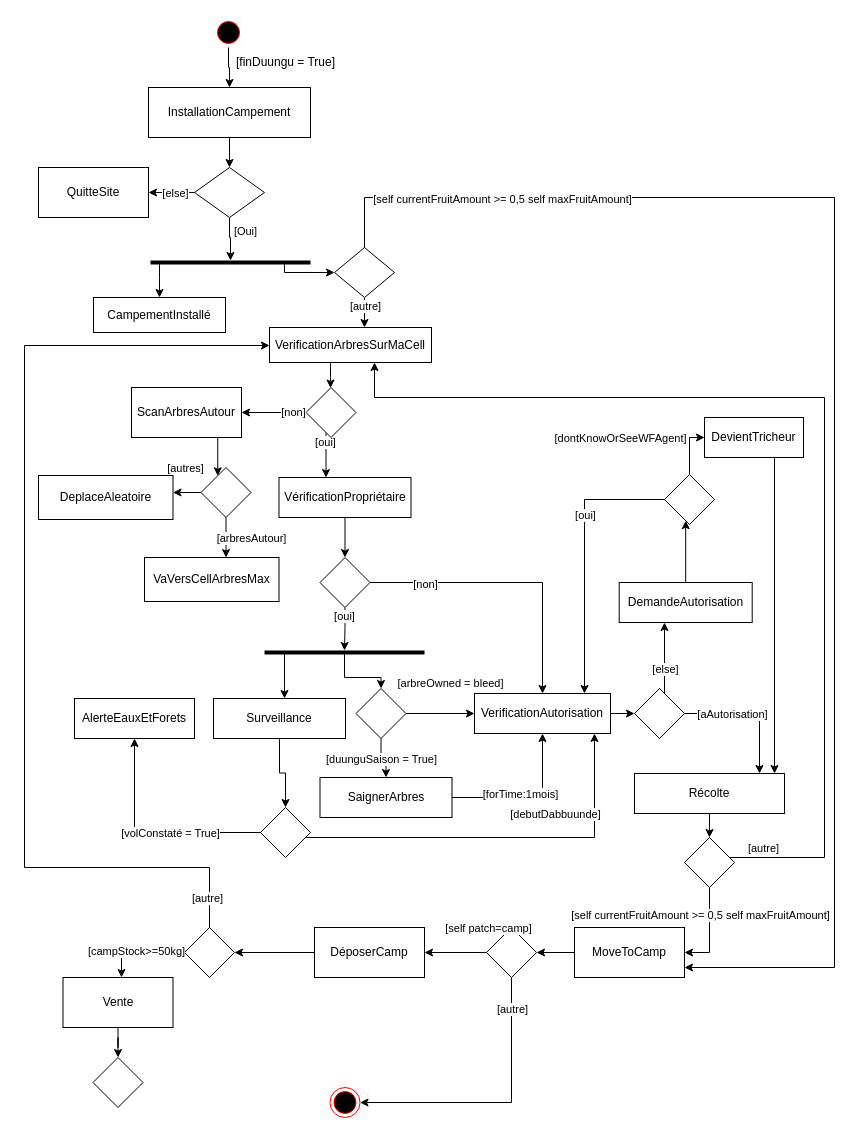
The draw.io diagram page "Page-6" (6 of 7) of DundiV0.drawio in panchovdl/DundiModel, before the edit. Source tidied: cells renumbered, new cells numbered last; positions are measured from the earlier drawing's top-left corner, leaving out a move shared by most shapes. Both pictures are drawn from the tidied source at 100%, with x=0, y=0 at pixel (24, 17).
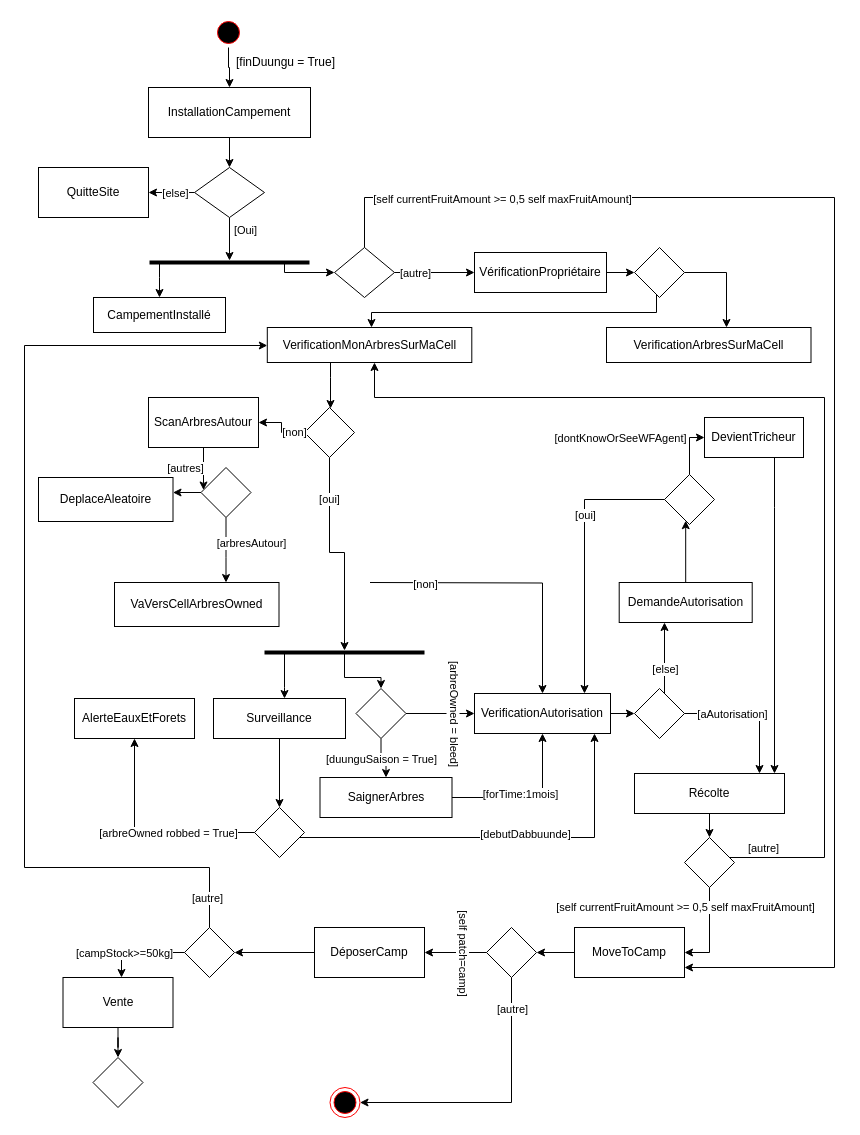
The same page after the edit.

Commit message (it also covers changes not shown here):
Mettre à jour DundiV0.drawio

The change refers to these unchanged cells:
```xml
<mxCell id="20" style="edgeStyle=orthogonalEdgeStyle;rounded=0;jettySize=auto;html=1;" parent="1" edge="1" source="17" target="10">
  <mxGeometry relative="1" as="geometry">
    <Array as="points">
      <mxPoint x="685" y="935" />
    </Array>
  </mxGeometry>
</mxCell>
<mxCell id="24" style="edgeStyle=orthogonalEdgeStyle;rounded=0;jettySize=auto;html=1;" parent="1" edge="1" source="22" target="23">
  <mxGeometry relative="1" as="geometry" />
</mxCell>
<mxCell id="29" value="VerificationAutorisation" style="html=1;whiteSpace=wrap;" parent="1" vertex="1">
  <mxGeometry x="450" y="676" width="136" height="40" as="geometry" />
</mxCell>
<mxCell id="53" style="line;strokeWidth=4;html=1;perimeter=backbonePerimeter;points=[];outlineConnect=0;" parent="1" vertex="1">
  <mxGeometry x="240" y="630" width="160" height="10" as="geometry" />
</mxCell>
<mxCell id="61" style="edgeStyle=orthogonalEdgeStyle;rounded=0;jettySize=auto;html=1;" parent="1" edge="1" source="58" target="60">
  <mxGeometry relative="1" as="geometry" />
</mxCell>
<mxCell id="67" style="edgeStyle=orthogonalEdgeStyle;rounded=0;jettySize=auto;html=1;" parent="1" edge="1" source="58" target="29">
  <mxGeometry relative="1" as="geometry">
    <Array as="points">
      <mxPoint x="570" y="820" />
    </Array>
  </mxGeometry>
</mxCell>
<mxCell id="87" style="rhombus;whiteSpace=wrap;html=1;" parent="1" vertex="1">
  <mxGeometry x="310" y="230" width="60" height="50" as="geometry" />
</mxCell>
<mxCell id="93" style="edgeStyle=orthogonalEdgeStyle;rounded=0;jettySize=auto;html=1;" parent="1" edge="1" source="92" target="95">
  <mxGeometry relative="1" as="geometry">
    <Array as="points">
      <mxPoint x="97" y="935" />
    </Array>
  </mxGeometry>
</mxCell>
<mxCell id="101" style="edgeStyle=orthogonalEdgeStyle;rounded=0;jettySize=auto;html=1;" parent="1" edge="1" source="100" target="29">
  <mxGeometry relative="1" as="geometry" />
</mxCell>
```

Change to the diagram source:
```diff
@@
     <mxCell id="21" value="[self currentFruitAmount &amp;gt;= 0,5 self maxFruitAmount]" style="edgeLabel;html=1;align=center;verticalAlign=middle;" parent="20" vertex="1">
       <mxGeometry x="-0.3" relative="1" as="geometry">
-        <mxPoint x="-10" y="-4" as="offset" />
+        <mxPoint x="-25" y="-12" as="offset" />
       </mxGeometry>
     </mxCell>
@@
-    <mxCell id="25" value="&lt;div&gt;[self patch=camp]&lt;br&gt;&lt;/div&gt;" style="edgeLabel;html=1;align=center;verticalAlign=middle;" parent="24" vertex="1">
-      <mxGeometry x="-0.3" relative="1" as="geometry">
-        <mxPoint x="23" y="-25" as="offset" />
-      </mxGeometry>
+    <mxCell id="25" value="&lt;div&gt;[self patch=camp]&lt;br&gt;&lt;/div&gt;" style="edgeLabel;html=1;align=center;verticalAlign=middle;rotation=90;" parent="24" vertex="1">
+      <mxGeometry x="-0.3" relative="1" as="geometry" />
     </mxCell>
@@
-    <mxCell id="39" style="edgeStyle=orthogonalEdgeStyle;rounded=0;jettySize=auto;html=1;" parent="1" edge="1" source="51" target="47">
-      <mxGeometry relative="1" as="geometry">
-        <Array as="points">
-          <mxPoint x="301.5" y="450" />
-          <mxPoint x="301.5" y="450" />
-        </Array>
-      </mxGeometry>
+    <mxCell id="39" style="edgeStyle=orthogonalEdgeStyle;rounded=0;jettySize=auto;html=1;" parent="1" edge="1" source="51" target="53">
+      <mxGeometry relative="1" as="geometry" />
     </mxCell>
@@
     <mxCell id="45" style="line;strokeWidth=4;html=1;perimeter=backbonePerimeter;points=[];outlineConnect=0;" parent="1" vertex="1">
-      <mxGeometry x="126" y="240" width="160" height="10" as="geometry" />
+      <mxGeometry x="125" y="240" width="160" height="10" as="geometry" />
     </mxCell>
@@
-    <mxCell id="47" value="VérificationPropriétaire" style="html=1;whiteSpace=wrap;" parent="1" vertex="1">
-      <mxGeometry x="254.5" y="460" width="132" height="40" as="geometry" />
-    </mxCell>
@@
-    <mxCell id="49" value="VerificationArbresSurMaCell" style="html=1;whiteSpace=wrap;" parent="1" vertex="1">
-      <mxGeometry x="245" y="310" width="162" height="35" as="geometry" />
+    <mxCell id="49" value="VerificationMonArbresSurMaCell" style="html=1;whiteSpace=wrap;" parent="1" vertex="1">
+      <mxGeometry x="242.8" y="310" width="204.5" height="35" as="geometry" />
     </mxCell>
@@
     <mxCell id="51" style="rhombus;whiteSpace=wrap;html=1;" parent="1" vertex="1">
-      <mxGeometry x="281.5" y="370" width="50" height="50" as="geometry" />
+      <mxGeometry x="280" y="390" width="50" height="50" as="geometry" />
     </mxCell>
@@
-    <mxCell id="54" style="rhombus;whiteSpace=wrap;html=1;" parent="1" vertex="1">
-      <mxGeometry x="295.5" y="540" width="50" height="50" as="geometry" />
-    </mxCell>
-    <mxCell id="55" style="edgeStyle=orthogonalEdgeStyle;rounded=0;jettySize=auto;html=1;" parent="1" edge="1" source="54" target="53">
-      <mxGeometry relative="1" as="geometry" />
-    </mxCell>
-    <mxCell id="56" value="[oui]" style="edgeLabel;html=1;align=center;verticalAlign=middle;" parent="55" vertex="1">
-      <mxGeometry x="-0.61" y="-1" relative="1" as="geometry" />
-    </mxCell>
@@
     <mxCell id="58" style="rhombus;whiteSpace=wrap;html=1;" parent="1" vertex="1">
-      <mxGeometry x="236" y="790" width="50" height="50" as="geometry" />
+      <mxGeometry x="230" y="790" width="50" height="50" as="geometry" />
     </mxCell>
@@
-    <mxCell id="62" value="[volConstaté = True]" style="edgeLabel;html=1;align=center;verticalAlign=middle;" parent="61" vertex="1">
+    <mxCell id="62" value="[arbreOwned robbed = True]" style="edgeLabel;html=1;align=center;verticalAlign=middle;" parent="61" vertex="1">
       <mxGeometry x="0.07" y="3" relative="1" as="geometry">
         <mxPoint x="27" y="-3" as="offset" />
       </mxGeometry>
     </mxCell>
@@
     <mxCell id="68" value="[debutDabbuunde]" style="edgeLabel;html=1;align=center;verticalAlign=middle;" parent="67" vertex="1">
       <mxGeometry x="0.58" y="-3" relative="1" as="geometry">
-        <mxPoint x="-43" y="-3" as="offset" />
+        <mxPoint x="-73" y="16" as="offset" />
       </mxGeometry>
     </mxCell>
     <mxCell id="69" value="ScanArbresAutour" style="html=1;whiteSpace=wrap;" parent="1" vertex="1">
-      <mxGeometry x="107" y="370" width="110" height="50" as="geometry" />
+      <mxGeometry x="124" y="380" width="110" height="50" as="geometry" />
     </mxCell>
@@
-    <mxCell id="76" value="VaVersCellArbresMax" style="html=1;whiteSpace=wrap;" parent="1" vertex="1">
-      <mxGeometry x="120" y="540" width="134.5" height="44" as="geometry" />
+    <mxCell id="76" value="VaVersCellArbresOwned" style="html=1;whiteSpace=wrap;" parent="1" vertex="1">
+      <mxGeometry x="90" y="565" width="164.5" height="44" as="geometry" />
     </mxCell>
@@
     <mxCell id="79" value="DeplaceAleatoire" style="html=1;whiteSpace=wrap;" parent="1" vertex="1">
-      <mxGeometry x="14" y="458" width="134.5" height="44" as="geometry" />
+      <mxGeometry x="14" y="460" width="134.5" height="44" as="geometry" />
     </mxCell>
-    <mxCell id="80" style="edgeStyle=orthogonalEdgeStyle;rounded=0;jettySize=auto;html=1;" parent="1" edge="1" source="47" target="54">
-      <mxGeometry relative="1" as="geometry" />
-    </mxCell>
@@
-    <mxCell id="85" style="edgeStyle=orthogonalEdgeStyle;rounded=0;jettySize=auto;html=1;" parent="1" edge="1" source="54" target="29">
-      <mxGeometry relative="1" as="geometry" />
+    <mxCell id="85" style="edgeStyle=orthogonalEdgeStyle;rounded=0;jettySize=auto;html=1;" parent="1" edge="1" target="29">
+      <mxGeometry relative="1" as="geometry">
+        <mxPoint x="345.5" y="565" as="sourcePoint" />
+      </mxGeometry>
     </mxCell>
@@
-    <mxCell id="90" style="edgeStyle=orthogonalEdgeStyle;rounded=0;jettySize=auto;html=1;" parent="1" edge="1" source="87" target="49">
+    <mxCell id="90" style="edgeStyle=orthogonalEdgeStyle;rounded=0;jettySize=auto;html=1;" parent="1" edge="1" source="87" target="47">
       <mxGeometry relative="1" as="geometry">
         <Array as="points">
-          <mxPoint x="340" y="290" />
-          <mxPoint x="340" y="290" />
+          <mxPoint x="340" y="270" />
         </Array>
       </mxGeometry>
     </mxCell>
@@
     <mxCell id="94" value="[campStock&amp;gt;=50kg]" style="edgeLabel;html=1;align=center;verticalAlign=middle;" parent="93" vertex="1">
-      <mxGeometry x="0.11" y="-2" relative="1" as="geometry" />
+      <mxGeometry x="0.11" y="-2" relative="1" as="geometry">
+        <mxPoint x="-12" y="2" as="offset" />
+      </mxGeometry>
     </mxCell>
@@
-    <mxCell id="102" value="[arbreOwned = bleed]" style="edgeLabel;html=1;align=center;verticalAlign=middle;" parent="101" vertex="1">
+    <mxCell id="102" value="[arbreOwned = bleed]" style="edgeLabel;html=1;align=center;verticalAlign=middle;rotation=90;" parent="101" vertex="1">
       <mxGeometry x="-0.28" y="-2" relative="1" as="geometry">
-        <mxPoint x="19" y="-33" as="offset" />
+        <mxPoint x="24" y="-2" as="offset" />
       </mxGeometry>
     </mxCell>
@@
+    <mxCell id="47" value="VérificationPropriétaire" style="html=1;whiteSpace=wrap;" parent="1" vertex="1">
+      <mxGeometry x="450" y="235" width="132" height="40" as="geometry" />
+    </mxCell>
+    <mxCell id="105" style="edgeStyle=orthogonalEdgeStyle;rounded=0;jettySize=auto;html=1;" parent="1" edge="1" source="106" target="109">
+      <mxGeometry relative="1" as="geometry">
+        <Array as="points">
+          <mxPoint x="702" y="255" />
+        </Array>
+      </mxGeometry>
+    </mxCell>
+    <mxCell id="106" style="rhombus;whiteSpace=wrap;html=1;" parent="1" vertex="1">
+      <mxGeometry x="610" y="230" width="50" height="50" as="geometry" />
+    </mxCell>
+    <mxCell id="107" style="edgeStyle=orthogonalEdgeStyle;rounded=0;jettySize=auto;html=1;" parent="1" edge="1" source="47" target="106">
+      <mxGeometry relative="1" as="geometry" />
+    </mxCell>
+    <mxCell id="108" style="edgeStyle=orthogonalEdgeStyle;rounded=0;jettySize=auto;html=1;" parent="1" edge="1" source="106" target="49">
+      <mxGeometry relative="1" as="geometry">
+        <Array as="points">
+          <mxPoint x="632" y="295" />
+          <mxPoint x="347" y="295" />
+        </Array>
+      </mxGeometry>
+    </mxCell>
+    <mxCell id="109" value="VerificationArbresSurMaCell" style="html=1;whiteSpace=wrap;" parent="1" vertex="1">
+      <mxGeometry x="582" y="310" width="204.5" height="35" as="geometry" />
+    </mxCell>
```
